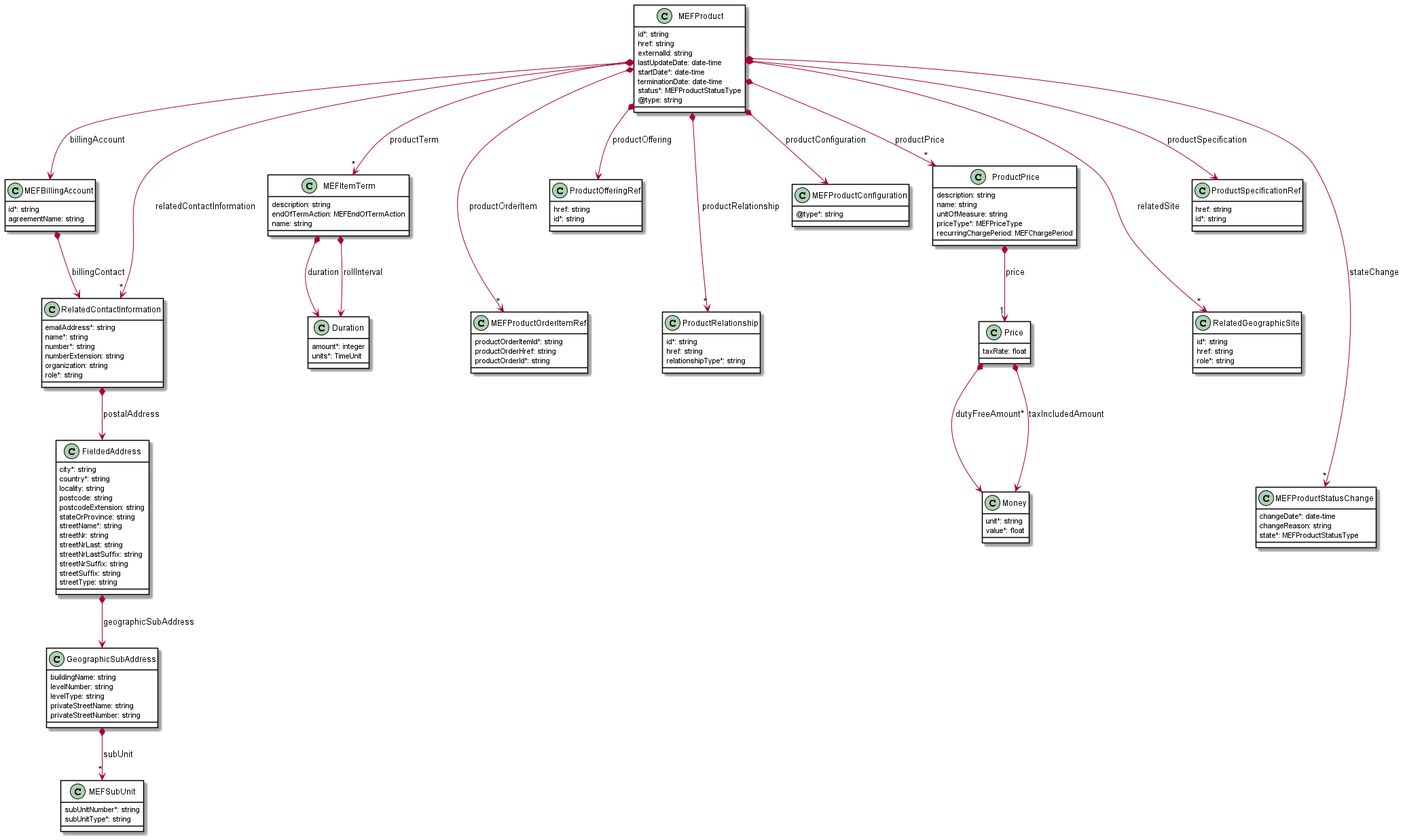
This is documentation/productApi/inventory/media/useCase2Model.png from MEF-GIT/MEF-LSO-Sonata-SDK, a PlantUML export, as it was before one commit.
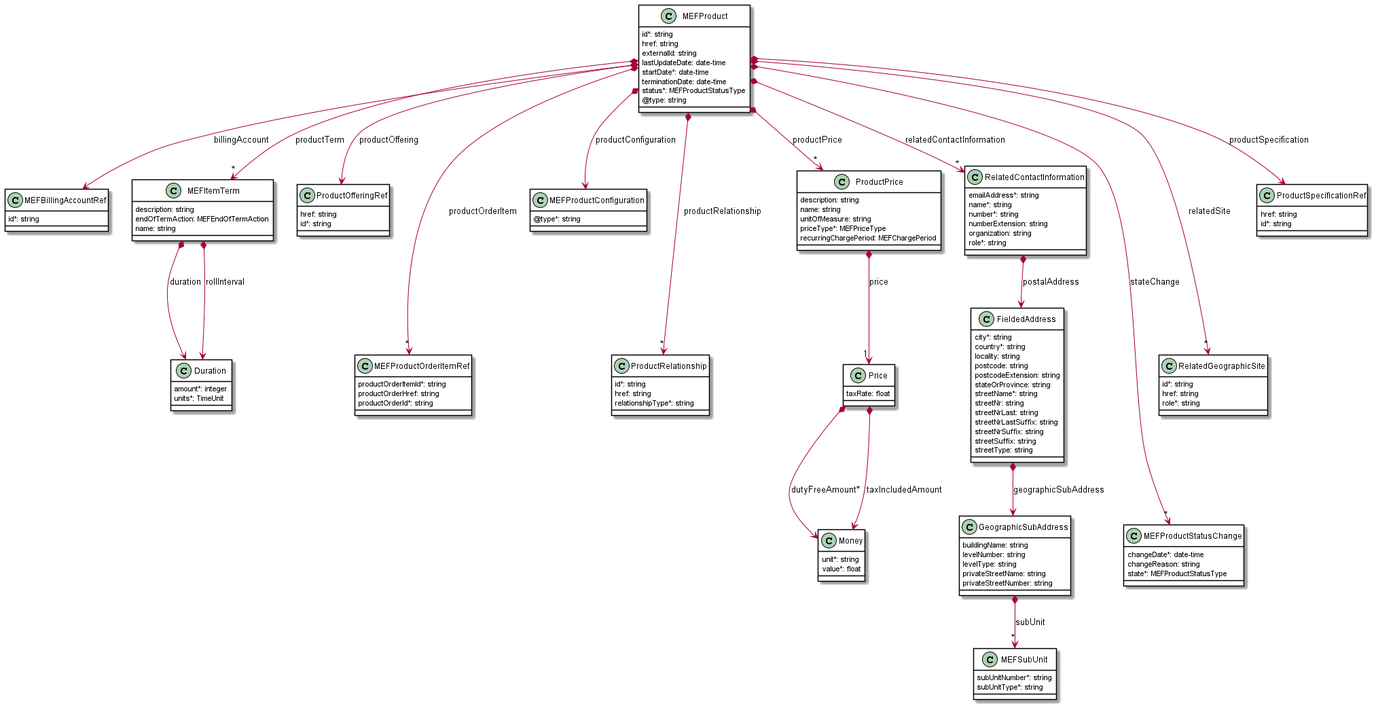
Later version of the same file.

Diff of the diagram source:
```diff
@@ -44,13 +44,11 @@
 GeographicSubAddress *-->"*" MEFSubUnit : subUnit
 
 
-class MEFBillingAccount {
+class MEFBillingAccountRef {
 
     id*: string
-    agreementName: string
+
 }
-
-MEFBillingAccount *--> RelatedContactInformation : billingContact
 
 
 class MEFItemTerm {
@@ -77,7 +75,7 @@
 }
 
 MEFProduct *--> MEFProductConfiguration : productConfiguration
-MEFProduct *--> MEFBillingAccount : billingAccount
+MEFProduct *--> MEFBillingAccountRef : billingAccount
 MEFProduct *--> ProductOfferingRef : productOffering
 MEFProduct *-->"*" MEFProductOrderItemRef : productOrderItem
 MEFProduct *-->"*" ProductPrice : productPrice
```
